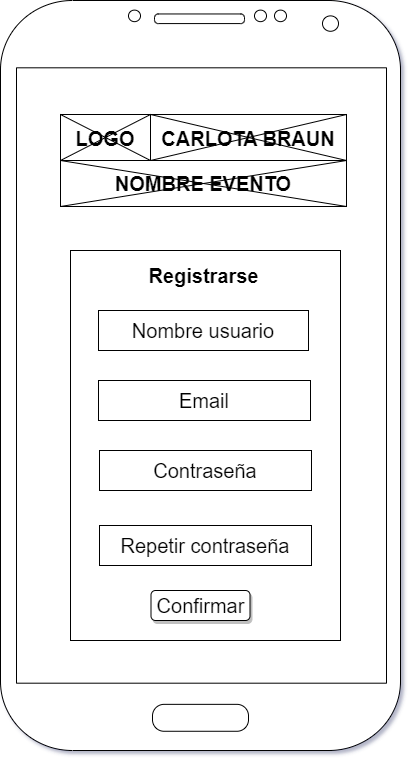
OscarLM32/DIU keeps this draw.io diagram as img/RegistroPagina.png. Above is the earlier version. Source tidied: cells renumbered, new cells last; positions are measured from the earlier drawing's top-left corner, leaving out a move shared by most shapes. The source it was exported from:
```xml
<mxGraphModel shadow="1">
  <root>
    <mxCell id="0" />
    <mxCell id="1" parent="0" />
    <mxCell id="2" style="rounded=0;whiteSpace=wrap;html=1;" parent="1" vertex="1">
      <mxGeometry x="10" y="60" width="380" height="630" as="geometry" />
    </mxCell>
    <mxCell id="3" style="verticalLabelPosition=bottom;verticalAlign=top;html=1;shadow=0;dashed=0;strokeWidth=1;shape=mxgraph.android.phone2;strokeColor=#000000;" parent="1" vertex="1">
      <mxGeometry width="400" height="750" as="geometry" />
    </mxCell>
    <mxCell id="4" style="group;" parent="1" vertex="1">
      <mxGeometry x="150" y="114" width="196" height="46" as="geometry" />
    </mxCell>
    <mxCell id="5" style="rounded=0;whiteSpace=wrap;html=1;" parent="4" vertex="1">
      <mxGeometry width="196" height="46" as="geometry" />
    </mxCell>
    <mxCell id="6" value="CARLOTA BRAUN" style="shape=umlDestroy;fontStyle=1;fontSize=20;" parent="4" vertex="1">
      <mxGeometry width="196" height="46" as="geometry" />
    </mxCell>
    <mxCell id="7" style="group;" parent="4" vertex="1">
      <mxGeometry x="-90" width="90" height="46" as="geometry" />
    </mxCell>
    <mxCell id="8" style="rounded=0;whiteSpace=wrap;html=1;" parent="7" vertex="1">
      <mxGeometry width="90" height="46" as="geometry" />
    </mxCell>
    <mxCell id="9" value="LOGO" style="shape=umlDestroy;fontStyle=1;fontSize=20;" parent="7" vertex="1">
      <mxGeometry width="90" height="46" as="geometry" />
    </mxCell>
    <mxCell id="10" style="group;" parent="1" vertex="1">
      <mxGeometry x="60" y="160" width="286" height="46" as="geometry" />
    </mxCell>
    <mxCell id="11" value="&lt;b&gt;&lt;font style=&quot;font-size: 20px&quot;&gt;NOMBRE EVENTO&lt;/font&gt;&lt;/b&gt;" style="rounded=0;whiteSpace=wrap;html=1;" parent="10" vertex="1">
      <mxGeometry width="286" height="46" as="geometry" />
    </mxCell>
    <mxCell id="12" style="shape=umlDestroy;" parent="10" vertex="1">
      <mxGeometry width="286" height="46" as="geometry" />
    </mxCell>
    <mxCell id="13" style="whiteSpace=wrap;html=1;fontSize=20;" parent="1" vertex="1">
      <mxGeometry x="70" y="250" width="270" height="390" as="geometry" />
    </mxCell>
    <mxCell id="14" value="Nombre usuario" style="whiteSpace=wrap;html=1;fontSize=20;" parent="1" vertex="1">
      <mxGeometry x="98" y="310" width="210" height="40" as="geometry" />
    </mxCell>
    <mxCell id="15" value="&lt;b&gt;Registrarse&lt;/b&gt;" style="text;html=1;align=center;verticalAlign=middle;strokeColor=none;fillColor=none;fontSize=20;" parent="1" vertex="1">
      <mxGeometry x="138" y="260" width="130" height="30" as="geometry" />
    </mxCell>
    <mxCell id="16" value="Contraseña" style="whiteSpace=wrap;html=1;fontSize=20;" parent="1" vertex="1">
      <mxGeometry x="99" y="450" width="212" height="40" as="geometry" />
    </mxCell>
    <mxCell id="17" value="Confirmar" style="rounded=1;whiteSpace=wrap;html=1;fontSize=20;shadow=1;" parent="1" vertex="1">
      <mxGeometry x="150.5" y="590" width="99" height="30" as="geometry" />
    </mxCell>
    <mxCell id="18" value="Email" style="whiteSpace=wrap;html=1;shadow=0;fontSize=20;strokeColor=#000000;" parent="1" vertex="1">
      <mxGeometry x="98" y="380" width="212" height="40" as="geometry" />
    </mxCell>
    <mxCell id="19" value="Repetir contraseña" style="whiteSpace=wrap;html=1;shadow=0;fontSize=20;strokeColor=#000000;" parent="1" vertex="1">
      <mxGeometry x="99" y="525" width="212" height="40" as="geometry" />
    </mxCell>
  </root>
</mxGraphModel>
```
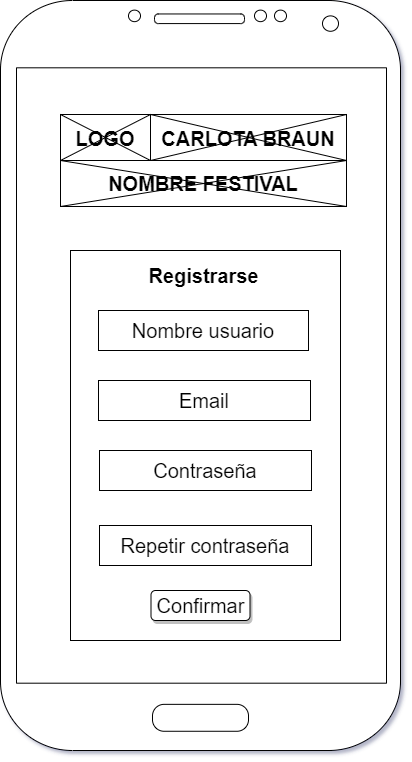
Above is the later version.

Diff of the diagram source:
```diff
@@ -29,7 +29,7 @@
     <mxCell id="10" style="group;" parent="1" vertex="1">
       <mxGeometry x="60" y="160" width="286" height="46" as="geometry" />
     </mxCell>
-    <mxCell id="11" value="&lt;b&gt;&lt;font style=&quot;font-size: 20px&quot;&gt;NOMBRE EVENTO&lt;/font&gt;&lt;/b&gt;" style="rounded=0;whiteSpace=wrap;html=1;" parent="10" vertex="1">
+    <mxCell id="11" value="&lt;b&gt;&lt;font style=&quot;font-size: 20px&quot;&gt;NOMBRE FESTIVAL&lt;/font&gt;&lt;/b&gt;" style="rounded=0;whiteSpace=wrap;html=1;" parent="10" vertex="1">
       <mxGeometry width="286" height="46" as="geometry" />
     </mxCell>
     <mxCell id="12" style="shape=umlDestroy;" parent="10" vertex="1">
```
